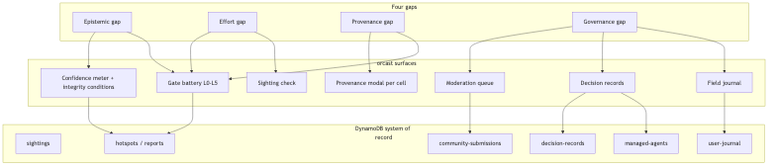
The Mermaid diagram docs/whitepaper/LX/Figures/fig-1-four-gaps.png in GilRaitses/orcast, before a commit. Its source is kept beside it as docs/whitepaper/LX/Figures/fig-1-four-gaps.mmd.
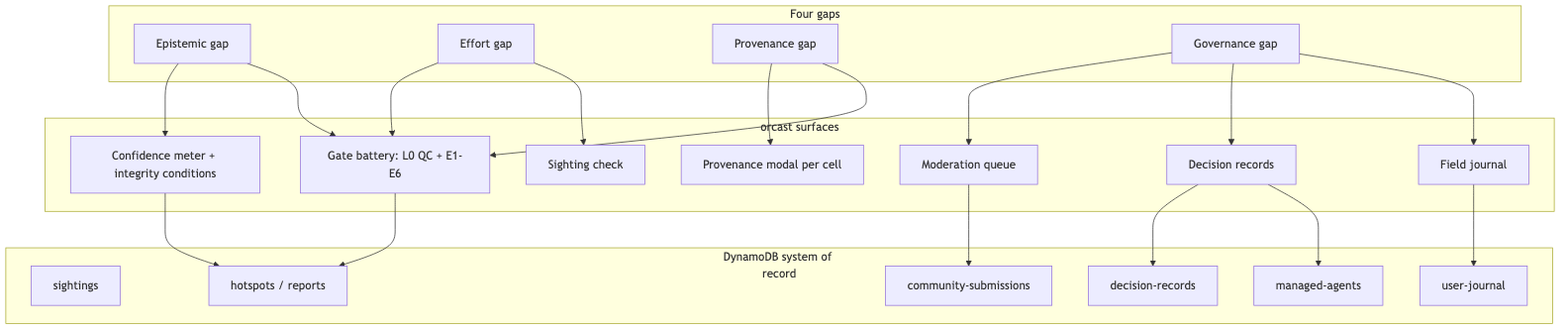
Later version of the same file.

What changed in the source:
```diff
@@ -8,7 +8,7 @@
   subgraph orcast [orcast surfaces]
     CM[Confidence meter + integrity conditions]
     PR[Provenance modal per cell]
-    GT[Gate battery L0-L5]
+    GT[Gate battery: L0 QC + E1-E6]
     MQ[Moderation queue]
     DR[Decision records]
     JN[Field journal]
```
